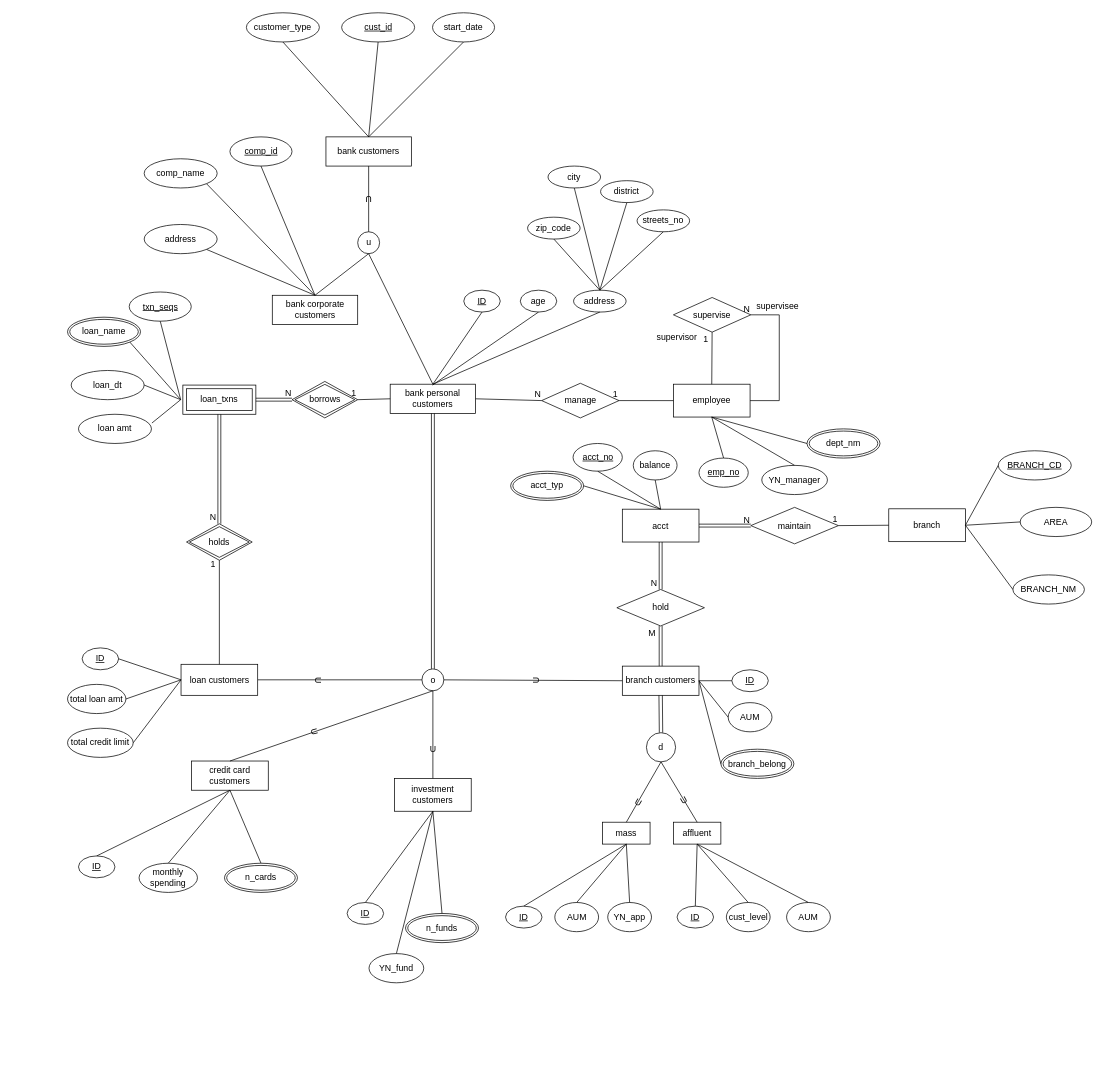
Above: Homeworks/hw2.drawio in qqaazz800624/2023_Database_Systems_SQLtoNoSQL (draw.io), before the change. Source tidied: cells renumbered, new cells numbered last; positions are measured from the earlier drawing's top-left corner, leaving out a move shared by most shapes. Both pictures are drawn from the tidied source at 73%, with x=0, y=0 at pixel (67, 12).
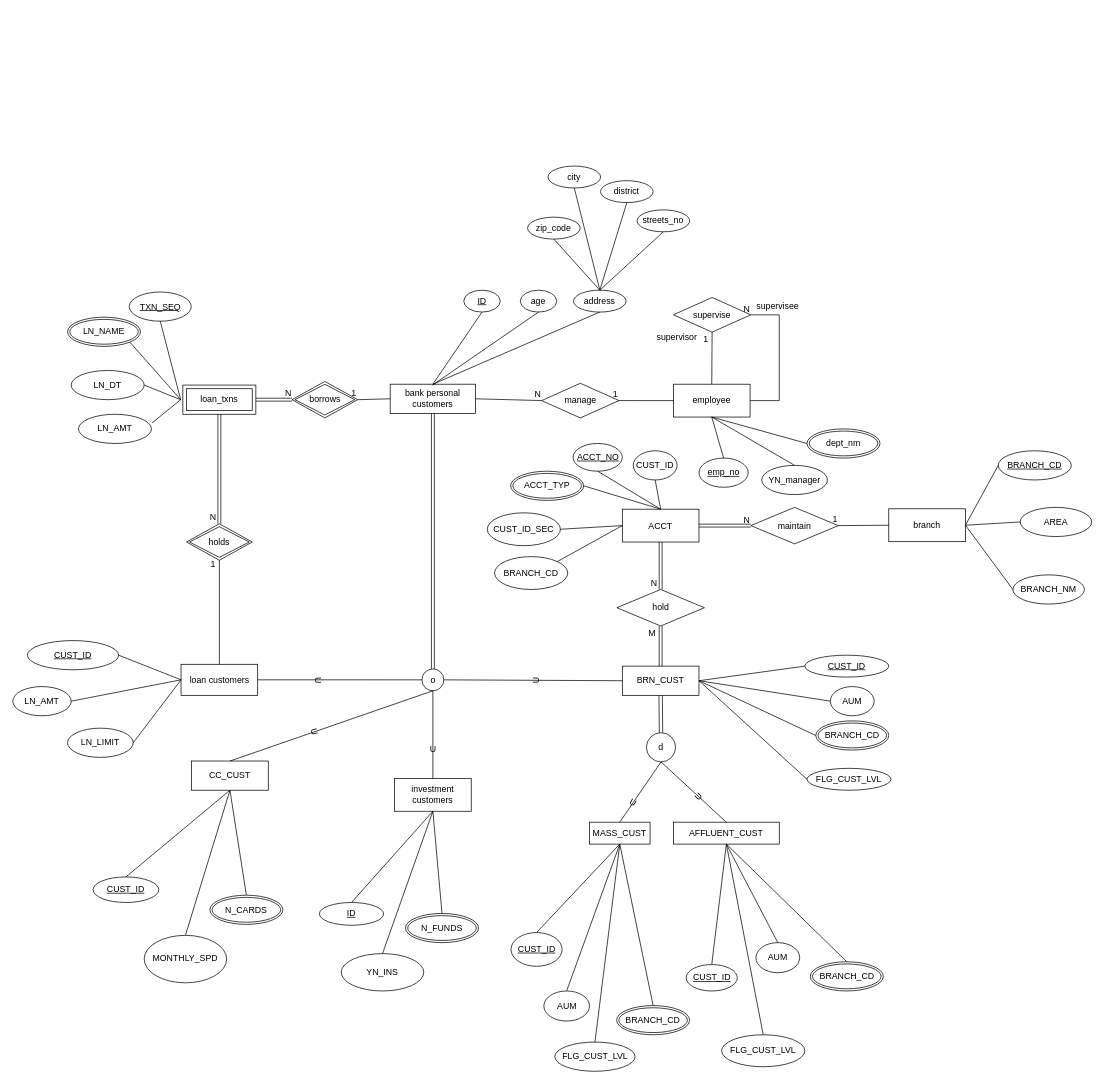
The same diagram, later.

Unchanged cells that the change refers to:
```xml
<mxCell id="2" value="bank personal customers" style="rounded=0;whiteSpace=wrap;html=1;" parent="1" vertex="1">
  <mxGeometry x="442" y="508.8" width="117" height="40" as="geometry" />
</mxCell>
<mxCell id="16" value="d" style="ellipse;whiteSpace=wrap;html=1;" parent="1" vertex="1">
  <mxGeometry x="793" y="986.2" width="40" height="40" as="geometry" />
</mxCell>
```

Diff of the diagram source:
```diff
@@
-    <mxCell id="3" value="credit card customers" style="rounded=0;whiteSpace=wrap;html=1;" parent="1" vertex="1">
+    <mxCell id="3" value="CC_CUST" style="rounded=0;whiteSpace=wrap;html=1;" parent="1" vertex="1">
       <mxGeometry x="170" y="1025" width="105" height="40" as="geometry" />
     </mxCell>
-    <mxCell id="4" value="branch customers" style="rounded=0;whiteSpace=wrap;html=1;" parent="1" vertex="1">
+    <mxCell id="4" value="BRN_CUST" style="rounded=0;whiteSpace=wrap;html=1;" parent="1" vertex="1">
       <mxGeometry x="760" y="895" width="105" height="40" as="geometry" />
     </mxCell>
@@
-    <mxCell id="17" value="mass" style="rounded=0;whiteSpace=wrap;html=1;" parent="1" vertex="1">
-      <mxGeometry x="733" y="1108.8" width="65" height="30" as="geometry" />
+    <mxCell id="17" value="MASS_CUST" style="rounded=0;whiteSpace=wrap;html=1;" parent="1" vertex="1">
+      <mxGeometry x="715" y="1108.8" width="83" height="30" as="geometry" />
     </mxCell>
-    <mxCell id="18" value="affluent" style="rounded=0;whiteSpace=wrap;html=1;" parent="1" vertex="1">
-      <mxGeometry x="830" y="1108.8" width="65" height="30" as="geometry" />
+    <mxCell id="18" value="AFFLUENT_CUST" style="rounded=0;whiteSpace=wrap;html=1;" parent="1" vertex="1">
+      <mxGeometry x="830" y="1108.8" width="145" height="30" as="geometry" />
     </mxCell>
@@
-    <mxCell id="21" style="endArrow=none;html=1;rounded=0;entryX=0.5;entryY=1;entryDx=0;entryDy=0;exitX=0.5;exitY=0;exitDx=0;exitDy=0;" parent="1" edge="1" source="18" target="16">
-      <mxGeometry relative="1" as="geometry" />
-    </mxCell>
@@
-    <mxCell id="23" value="&lt;u&gt;ID&lt;/u&gt;" style="ellipse;whiteSpace=wrap;html=1;" parent="1" vertex="1">
-      <mxGeometry x="20" y="870" width="50" height="30" as="geometry" />
+    <mxCell id="23" value="&lt;u&gt;CUST_ID&lt;/u&gt;" style="ellipse;whiteSpace=wrap;html=1;" parent="1" vertex="1">
+      <mxGeometry x="-55" y="860" width="125" height="40" as="geometry" />
     </mxCell>
-    <mxCell id="24" value="total loan amt" style="ellipse;whiteSpace=wrap;html=1;" parent="1" vertex="1">
-      <mxGeometry y="920" width="80" height="40" as="geometry" />
+    <mxCell id="24" value="LN_AMT" style="ellipse;whiteSpace=wrap;html=1;" parent="1" vertex="1">
+      <mxGeometry x="-75" y="923" width="80" height="40" as="geometry" />
     </mxCell>
-    <mxCell id="25" value="total credit limit" style="ellipse;whiteSpace=wrap;html=1;" parent="1" vertex="1">
+    <mxCell id="25" value="LN_LIMIT" style="ellipse;whiteSpace=wrap;html=1;" parent="1" vertex="1">
       <mxGeometry y="980" width="90" height="40" as="geometry" />
     </mxCell>
@@
-    <mxCell id="29" value="loan amt" style="ellipse;whiteSpace=wrap;html=1;" parent="1" vertex="1">
+    <mxCell id="29" value="LN_AMT" style="ellipse;whiteSpace=wrap;html=1;" parent="1" vertex="1">
       <mxGeometry x="15" y="550" width="100" height="40" as="geometry" />
     </mxCell>
@@
-    <mxCell id="33" value="&lt;u&gt;ID&lt;/u&gt;" style="ellipse;whiteSpace=wrap;html=1;" parent="1" vertex="1">
-      <mxGeometry x="15" y="1155" width="50" height="30" as="geometry" />
+    <mxCell id="33" value="&lt;u&gt;CUST_ID&lt;/u&gt;" style="ellipse;whiteSpace=wrap;html=1;" parent="1" vertex="1">
+      <mxGeometry x="35" y="1183.8" width="90" height="35" as="geometry" />
     </mxCell>
-    <mxCell id="34" value="monthly spending" style="ellipse;whiteSpace=wrap;html=1;" parent="1" vertex="1">
-      <mxGeometry x="98" y="1165" width="80" height="40" as="geometry" />
+    <mxCell id="34" value="MONTHLY_SPD" style="ellipse;whiteSpace=wrap;html=1;" parent="1" vertex="1">
+      <mxGeometry x="105" y="1263.8" width="113" height="65" as="geometry" />
     </mxCell>
@@
-    <mxCell id="39" value="&lt;u&gt;ID&lt;/u&gt;" style="ellipse;whiteSpace=wrap;html=1;" parent="1" vertex="1">
-      <mxGeometry x="910" y="900" width="50" height="30" as="geometry" />
+    <mxCell id="39" value="&lt;u&gt;CUST_ID&lt;/u&gt;" style="ellipse;whiteSpace=wrap;html=1;" parent="1" vertex="1">
+      <mxGeometry x="1010" y="880" width="115" height="30" as="geometry" />
     </mxCell>
     <mxCell id="40" value="AUM" style="ellipse;whiteSpace=wrap;html=1;" parent="1" vertex="1">
-      <mxGeometry x="905" y="945" width="60" height="40" as="geometry" />
+      <mxGeometry x="1045" y="923" width="60" height="40" as="geometry" />
     </mxCell>
@@
-    <mxCell id="43" value="branch_belong" style="ellipse;shape=doubleEllipse;margin=3;whiteSpace=wrap;html=1;align=center;" parent="1" vertex="1">
-      <mxGeometry x="895" y="1008.8" width="100" height="40" as="geometry" />
+    <mxCell id="43" value="BRANCH_CD" style="ellipse;shape=doubleEllipse;margin=3;whiteSpace=wrap;html=1;align=center;" parent="1" vertex="1">
+      <mxGeometry x="1025" y="970" width="100" height="40" as="geometry" />
     </mxCell>
@@
-    <mxCell id="53" value="n_cards" style="ellipse;shape=doubleEllipse;margin=3;whiteSpace=wrap;html=1;align=center;" parent="1" vertex="1">
-      <mxGeometry x="215" y="1165" width="100" height="40" as="geometry" />
+    <mxCell id="53" value="N_CARDS" style="ellipse;shape=doubleEllipse;margin=3;whiteSpace=wrap;html=1;align=center;" parent="1" vertex="1">
+      <mxGeometry x="195" y="1208.8" width="100" height="40" as="geometry" />
     </mxCell>
-    <mxCell id="54" value="&lt;u&gt;ID&lt;/u&gt;" style="ellipse;whiteSpace=wrap;html=1;" parent="1" vertex="1">
-      <mxGeometry x="600" y="1223.8" width="50" height="30" as="geometry" />
+    <mxCell id="54" value="&lt;u&gt;CUST_ID&lt;/u&gt;" style="ellipse;whiteSpace=wrap;html=1;" parent="1" vertex="1">
+      <mxGeometry x="607.5" y="1260" width="70" height="46.2" as="geometry" />
     </mxCell>
     <mxCell id="55" value="AUM" style="ellipse;whiteSpace=wrap;html=1;" parent="1" vertex="1">
-      <mxGeometry x="667.5" y="1218.8" width="60" height="40" as="geometry" />
+      <mxGeometry x="652.5" y="1340" width="62.5" height="41.2" as="geometry" />
     </mxCell>
-    <mxCell id="56" value="YN_app" style="ellipse;whiteSpace=wrap;html=1;" parent="1" vertex="1">
-      <mxGeometry x="740" y="1218.8" width="60" height="40" as="geometry" />
+    <mxCell id="56" value="FLG_CUST_LVL" style="ellipse;whiteSpace=wrap;html=1;" parent="1" vertex="1">
+      <mxGeometry x="667.5" y="1410" width="110" height="40" as="geometry" />
     </mxCell>
@@
-    <mxCell id="60" value="&lt;u&gt;ID&lt;/u&gt;" style="ellipse;whiteSpace=wrap;html=1;" parent="1" vertex="1">
-      <mxGeometry x="835" y="1223.8" width="50" height="30" as="geometry" />
+    <mxCell id="60" value="&lt;u&gt;CUST_ID&lt;/u&gt;" style="ellipse;whiteSpace=wrap;html=1;" parent="1" vertex="1">
+      <mxGeometry x="847.5" y="1303.8" width="70" height="36.2" as="geometry" />
     </mxCell>
-    <mxCell id="61" value="cust_level" style="ellipse;whiteSpace=wrap;html=1;" parent="1" vertex="1">
-      <mxGeometry x="902.5" y="1218.8" width="60" height="40" as="geometry" />
+    <mxCell id="61" value="FLG_CUST_LVL" style="ellipse;whiteSpace=wrap;html=1;" parent="1" vertex="1">
+      <mxGeometry x="896" y="1400" width="114" height="43.8" as="geometry" />
     </mxCell>
     <mxCell id="62" value="AUM" style="ellipse;whiteSpace=wrap;html=1;" parent="1" vertex="1">
-      <mxGeometry x="985" y="1218.8" width="60" height="40" as="geometry" />
+      <mxGeometry x="943" y="1273.8" width="60" height="41.2" as="geometry" />
     </mxCell>
@@
     <mxCell id="66" value="&lt;u&gt;ID&lt;/u&gt;" style="ellipse;whiteSpace=wrap;html=1;" parent="1" vertex="1">
-      <mxGeometry x="383" y="1218.8" width="50" height="30" as="geometry" />
+      <mxGeometry x="345" y="1218.8" width="88" height="31.2" as="geometry" />
     </mxCell>
-    <mxCell id="67" value="YN_fund" style="ellipse;whiteSpace=wrap;html=1;" parent="1" vertex="1">
-      <mxGeometry x="413" y="1288.8" width="75" height="40" as="geometry" />
+    <mxCell id="67" value="YN_INS" style="ellipse;whiteSpace=wrap;html=1;" parent="1" vertex="1">
+      <mxGeometry x="375" y="1288.8" width="113" height="51.2" as="geometry" />
     </mxCell>
-    <mxCell id="68" value="n_funds" style="ellipse;shape=doubleEllipse;margin=3;whiteSpace=wrap;html=1;align=center;" parent="1" vertex="1">
+    <mxCell id="68" value="N_FUNDS" style="ellipse;shape=doubleEllipse;margin=3;whiteSpace=wrap;html=1;align=center;" parent="1" vertex="1">
       <mxGeometry x="463" y="1233.8" width="100" height="40" as="geometry" />
     </mxCell>
@@
-    <mxCell id="70" value="loan_dt" style="ellipse;whiteSpace=wrap;html=1;" parent="1" vertex="1">
+    <mxCell id="70" value="LN_DT" style="ellipse;whiteSpace=wrap;html=1;" parent="1" vertex="1">
       <mxGeometry x="5" y="490" width="100" height="40" as="geometry" />
     </mxCell>
@@
-    <mxCell id="94" value="acct" style="rounded=0;whiteSpace=wrap;html=1;" parent="1" vertex="1">
+    <mxCell id="94" value="ACCT" style="rounded=0;whiteSpace=wrap;html=1;" parent="1" vertex="1">
       <mxGeometry x="760" y="680" width="105" height="45" as="geometry" />
     </mxCell>
@@
-    <mxCell id="109" value="&lt;u&gt;acct_no&lt;/u&gt;" style="ellipse;whiteSpace=wrap;html=1;" parent="1" vertex="1">
+    <mxCell id="109" value="&lt;u&gt;ACCT_NO&lt;/u&gt;" style="ellipse;whiteSpace=wrap;html=1;" parent="1" vertex="1">
       <mxGeometry x="692.5" y="590" width="67.5" height="38" as="geometry" />
     </mxCell>
-    <mxCell id="110" value="balance" style="ellipse;whiteSpace=wrap;html=1;" parent="1" vertex="1">
+    <mxCell id="110" value="CUST_ID" style="ellipse;whiteSpace=wrap;html=1;" parent="1" vertex="1">
       <mxGeometry x="775" y="600" width="60" height="40" as="geometry" />
     </mxCell>
-    <mxCell id="111" value="acct_typ" style="ellipse;shape=doubleEllipse;margin=3;whiteSpace=wrap;html=1;align=center;" parent="1" vertex="1">
+    <mxCell id="111" value="ACCT_TYP" style="ellipse;shape=doubleEllipse;margin=3;whiteSpace=wrap;html=1;align=center;" parent="1" vertex="1">
       <mxGeometry x="607" y="628" width="100" height="40" as="geometry" />
     </mxCell>
@@
-    <mxCell id="123" value="bank corporate customers" style="rounded=0;whiteSpace=wrap;html=1;" parent="1" vertex="1">
-      <mxGeometry x="280.5" y="387" width="117" height="40" as="geometry" />
-    </mxCell>
-    <mxCell id="124" value="bank customers" style="rounded=0;whiteSpace=wrap;html=1;" parent="1" vertex="1">
-      <mxGeometry x="354" y="170" width="117" height="40" as="geometry" />
-    </mxCell>
-    <mxCell id="125" value="u" style="ellipse;whiteSpace=wrap;html=1;" parent="1" vertex="1">
-      <mxGeometry x="397.5" y="300" width="30" height="30" as="geometry" />
-    </mxCell>
-    <mxCell id="126" style="endArrow=none;html=1;rounded=0;entryX=0.5;entryY=1;entryDx=0;entryDy=0;exitX=0.5;exitY=0;exitDx=0;exitDy=0;" parent="1" edge="1" source="123" target="125">
-      <mxGeometry relative="1" as="geometry" />
-    </mxCell>
-    <mxCell id="127" style="endArrow=none;html=1;rounded=0;entryX=0.5;entryY=1;entryDx=0;entryDy=0;exitX=0.5;exitY=0;exitDx=0;exitDy=0;" parent="1" edge="1" source="2" target="125">
-      <mxGeometry relative="1" as="geometry" />
-    </mxCell>
-    <mxCell id="128" style="endArrow=none;html=1;rounded=0;entryX=0.5;entryY=1;entryDx=0;entryDy=0;exitX=0.5;exitY=0;exitDx=0;exitDy=0;" parent="1" edge="1" source="125" target="124">
-      <mxGeometry relative="1" as="geometry" />
-    </mxCell>
-    <mxCell id="129" value="U" style="text;html=1;strokeColor=none;fillColor=none;align=center;verticalAlign=middle;whiteSpace=wrap;rounded=0;rotation=-180;" parent="1" vertex="1">
-      <mxGeometry x="383" y="240" width="60" height="30" as="geometry" />
-    </mxCell>
@@
     <mxCell id="134" value="U" style="text;html=1;strokeColor=none;fillColor=none;align=center;verticalAlign=middle;whiteSpace=wrap;rounded=0;rotation=30;" parent="1" vertex="1">
-      <mxGeometry x="757.2" y="1056.8" width="50" height="51" as="geometry" />
+      <mxGeometry x="750.2" y="1056.8" width="50" height="51" as="geometry" />
     </mxCell>
-    <mxCell id="135" value="U" style="text;html=1;strokeColor=none;fillColor=none;align=center;verticalAlign=middle;whiteSpace=wrap;rounded=0;rotation=-30;" parent="1" vertex="1">
-      <mxGeometry x="820" y="1053.8" width="50" height="51" as="geometry" />
-    </mxCell>
-    <mxCell id="136" value="&lt;u&gt;comp_id&lt;/u&gt;" style="ellipse;whiteSpace=wrap;html=1;" parent="1" vertex="1">
-      <mxGeometry x="222.5" y="170" width="85" height="40" as="geometry" />
-    </mxCell>
-    <mxCell id="137" value="address" style="ellipse;whiteSpace=wrap;html=1;" parent="1" vertex="1">
-      <mxGeometry x="105" y="290" width="100" height="40" as="geometry" />
-    </mxCell>
-    <mxCell id="138" value="comp_name" style="ellipse;whiteSpace=wrap;html=1;" parent="1" vertex="1">
-      <mxGeometry x="105" y="200" width="100" height="40" as="geometry" />
-    </mxCell>
-    <mxCell id="139" style="endArrow=none;html=1;rounded=0;entryX=1;entryY=1;entryDx=0;entryDy=0;exitX=0.5;exitY=0;exitDx=0;exitDy=0;" parent="1" edge="1" source="123" target="137">
-      <mxGeometry relative="1" as="geometry" />
-    </mxCell>
-    <mxCell id="140" style="endArrow=none;html=1;rounded=0;entryX=1;entryY=1;entryDx=0;entryDy=0;exitX=0.5;exitY=0;exitDx=0;exitDy=0;" parent="1" edge="1" source="123" target="138">
-      <mxGeometry relative="1" as="geometry" />
-    </mxCell>
-    <mxCell id="141" style="endArrow=none;html=1;rounded=0;entryX=0.5;entryY=1;entryDx=0;entryDy=0;exitX=0.5;exitY=0;exitDx=0;exitDy=0;" parent="1" edge="1" source="123" target="136">
-      <mxGeometry relative="1" as="geometry" />
-    </mxCell>
-    <mxCell id="142" value="start_date" style="ellipse;whiteSpace=wrap;html=1;" parent="1" vertex="1">
-      <mxGeometry x="500" width="85" height="40" as="geometry" />
-    </mxCell>
-    <mxCell id="143" value="customer_type" style="ellipse;whiteSpace=wrap;html=1;" parent="1" vertex="1">
-      <mxGeometry x="245" width="100" height="40" as="geometry" />
-    </mxCell>
-    <mxCell id="144" value="&lt;u&gt;cust_id&lt;/u&gt;" style="ellipse;whiteSpace=wrap;html=1;" parent="1" vertex="1">
-      <mxGeometry x="375.5" width="100" height="40" as="geometry" />
-    </mxCell>
-    <mxCell id="145" style="endArrow=none;html=1;rounded=0;entryX=0.5;entryY=1;entryDx=0;entryDy=0;exitX=0.5;exitY=0;exitDx=0;exitDy=0;" parent="1" edge="1" source="124" target="142">
-      <mxGeometry relative="1" as="geometry" />
-    </mxCell>
-    <mxCell id="146" style="endArrow=none;html=1;rounded=0;entryX=0.5;entryY=1;entryDx=0;entryDy=0;exitX=0.5;exitY=0;exitDx=0;exitDy=0;" parent="1" edge="1" source="124" target="144">
-      <mxGeometry relative="1" as="geometry" />
-    </mxCell>
-    <mxCell id="147" style="endArrow=none;html=1;rounded=0;entryX=0.5;entryY=1;entryDx=0;entryDy=0;exitX=0.5;exitY=0;exitDx=0;exitDy=0;" parent="1" edge="1" source="124" target="143">
-      <mxGeometry relative="1" as="geometry" />
-    </mxCell>
@@
-    <mxCell id="154" value="&lt;u&gt;txn_seqs&lt;/u&gt;" style="ellipse;whiteSpace=wrap;html=1;" parent="1" vertex="1">
+    <mxCell id="154" value="&lt;u&gt;TXN_SEQ&lt;/u&gt;" style="ellipse;whiteSpace=wrap;html=1;" parent="1" vertex="1">
       <mxGeometry x="84.5" y="382.5" width="85" height="40" as="geometry" />
     </mxCell>
@@
-    <mxCell id="156" value="loan_name" style="ellipse;shape=doubleEllipse;margin=3;whiteSpace=wrap;html=1;align=center;" parent="1" vertex="1">
+    <mxCell id="156" value="LN_NAME" style="ellipse;shape=doubleEllipse;margin=3;whiteSpace=wrap;html=1;align=center;" parent="1" vertex="1">
       <mxGeometry y="417" width="100" height="40" as="geometry" />
     </mxCell>
+    <mxCell id="157" value="CUST_ID_SEC" style="ellipse;whiteSpace=wrap;html=1;" parent="1" vertex="1">
+      <mxGeometry x="575" y="685" width="100.2" height="45" as="geometry" />
+    </mxCell>
+    <mxCell id="158" style="endArrow=none;html=1;rounded=0;exitX=1;exitY=0.5;exitDx=0;exitDy=0;entryX=0;entryY=0.5;entryDx=0;entryDy=0;" parent="1" edge="1" source="157" target="94">
+      <mxGeometry relative="1" as="geometry" />
+    </mxCell>
+    <mxCell id="159" value="BRANCH_CD" style="ellipse;whiteSpace=wrap;html=1;" parent="1" vertex="1">
+      <mxGeometry x="585" y="745" width="100.2" height="45" as="geometry" />
+    </mxCell>
+    <mxCell id="160" style="endArrow=none;html=1;rounded=0;exitX=1;exitY=0;exitDx=0;exitDy=0;entryX=0;entryY=0.5;entryDx=0;entryDy=0;" parent="1" edge="1" source="159" target="94">
+      <mxGeometry relative="1" as="geometry" />
+    </mxCell>
+    <mxCell id="161" value="FLG_CUST_LVL" style="ellipse;whiteSpace=wrap;html=1;" parent="1" vertex="1">
+      <mxGeometry x="1013" y="1035" width="115" height="30" as="geometry" />
+    </mxCell>
+    <mxCell id="162" style="endArrow=none;html=1;rounded=0;exitX=0;exitY=0.5;exitDx=0;exitDy=0;entryX=1;entryY=0.5;entryDx=0;entryDy=0;" parent="1" edge="1" source="161" target="4">
+      <mxGeometry relative="1" as="geometry" />
+    </mxCell>
+    <mxCell id="21" style="endArrow=none;html=1;rounded=0;entryX=0.5;entryY=1;entryDx=0;entryDy=0;exitX=0.5;exitY=0;exitDx=0;exitDy=0;" parent="1" edge="1" source="18" target="16">
+      <mxGeometry relative="1" as="geometry" />
+    </mxCell>
+    <mxCell id="163" value="U" style="text;html=1;strokeColor=none;fillColor=none;align=center;verticalAlign=middle;whiteSpace=wrap;rounded=0;rotation=-45;" parent="1" vertex="1">
+      <mxGeometry x="840" y="1048.8" width="50" height="51" as="geometry" />
+    </mxCell>
+    <mxCell id="164" style="endArrow=none;html=1;rounded=0;entryX=0.5;entryY=1;entryDx=0;entryDy=0;exitX=0.5;exitY=0;exitDx=0;exitDy=0;" parent="1" edge="1" source="167" target="17">
+      <mxGeometry relative="1" as="geometry" />
+    </mxCell>
+    <mxCell id="165" value="BRANCH_CD" style="ellipse;shape=doubleEllipse;margin=3;whiteSpace=wrap;html=1;align=center;" parent="1" vertex="1">
+      <mxGeometry x="1017.5" y="1300" width="100" height="40" as="geometry" />
+    </mxCell>
+    <mxCell id="166" style="endArrow=none;html=1;rounded=0;entryX=0.5;entryY=1;entryDx=0;entryDy=0;exitX=0.5;exitY=0;exitDx=0;exitDy=0;" parent="1" edge="1" source="165" target="18">
+      <mxGeometry relative="1" as="geometry" />
+    </mxCell>
+    <mxCell id="167" value="BRANCH_CD" style="ellipse;shape=doubleEllipse;margin=3;whiteSpace=wrap;html=1;align=center;" parent="1" vertex="1">
+      <mxGeometry x="752.2" y="1360" width="100" height="40" as="geometry" />
+    </mxCell>
```
